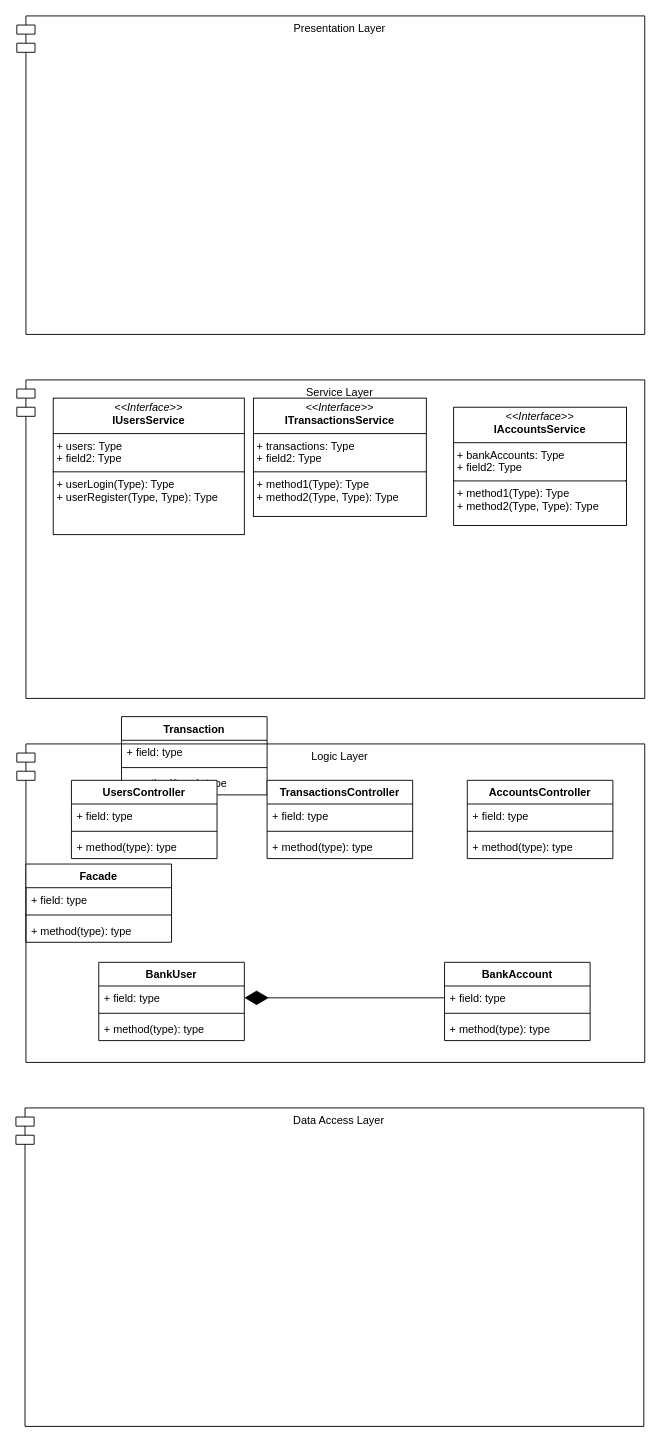
Above: page "class diagram" (1 of 7) of Docs/ClassDiagram.drawio in okashaluai/SecureBankSystem (draw.io), before the change. Source tidied: cells renumbered, new cells numbered last; positions are measured from the earlier drawing's top-left corner, leaving out a move shared by most shapes. Both pictures are drawn from the tidied source at 91%, with x=0, y=0 at pixel (15, 15).
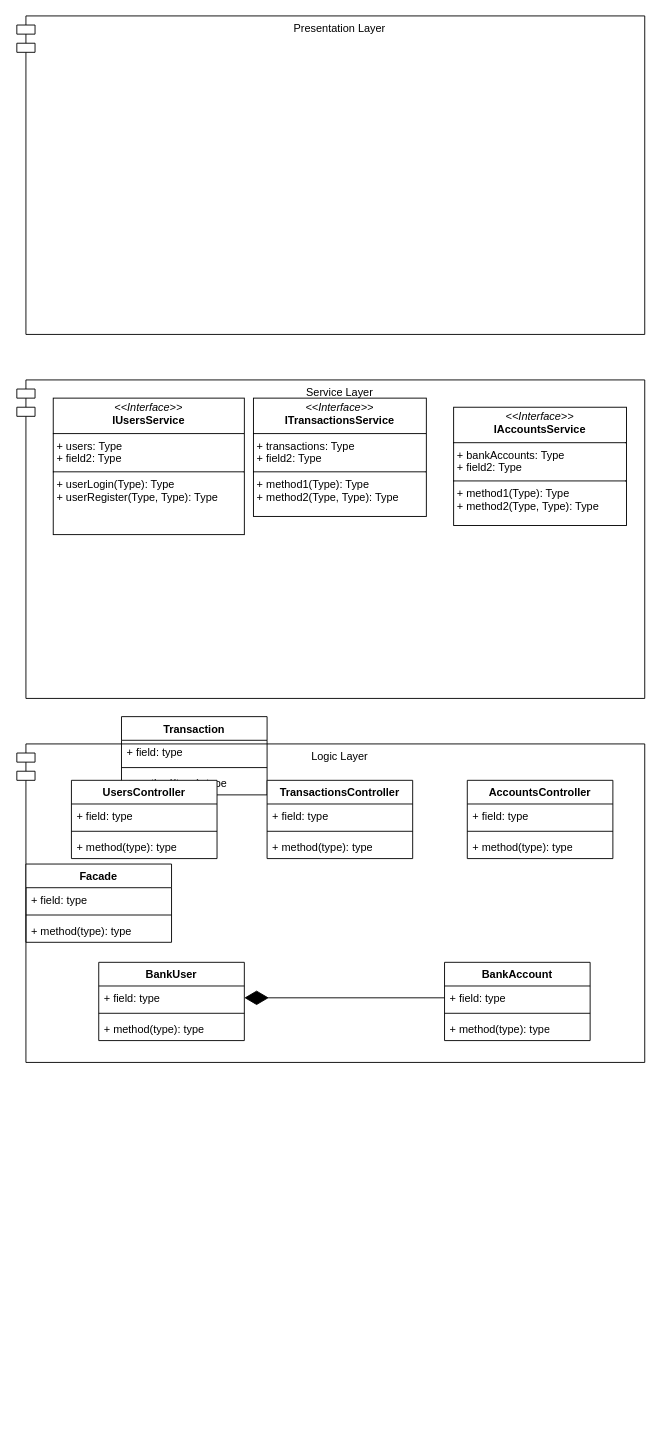
After the change.

Change to the diagram source:
```diff
@@
-    <mxCell id="4" value="Data Access Layer" style="shape=module;align=left;spacingLeft=20;align=center;verticalAlign=top;whiteSpace=wrap;html=1;" parent="1" vertex="1">
-      <mxGeometry y="1200" width="690" height="350" as="geometry" />
-    </mxCell>
```
